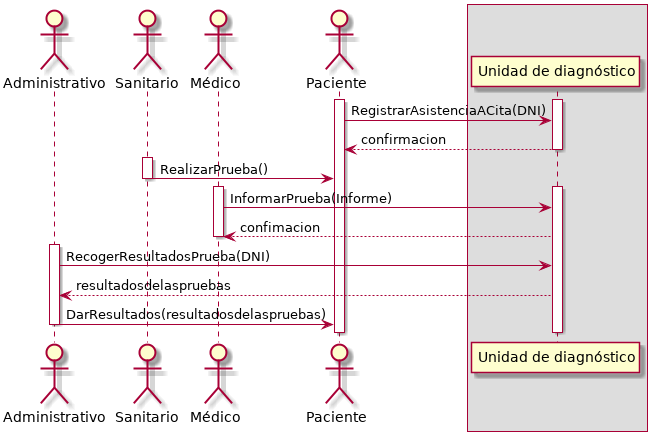
Before: P3/UnidadDeDiagnistico.png, a diagram exported from PlantUML (Ludvins/DGIIM_FIS).
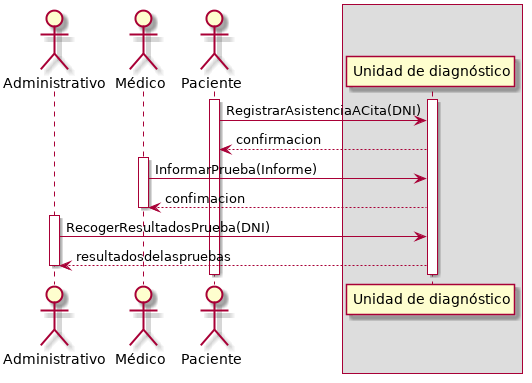
Later version of the same file.

Commit message:
Actualiza error

The edit, as a diff of the source:
```diff
@@ -3,7 +3,6 @@
 
 
 actor Administrativo
-actor Sanitario
 actor Médico
 actor Paciente
 box
@@ -13,13 +12,7 @@
 activate Paciente
 Paciente -> UD :  RegistrarAsistenciaACita(DNI)
 UD --> Paciente :  confirmacion
-deactivate UD
 
-activate Sanitario
-Sanitario -> Paciente : RealizarPrueba()
-deactivate Sanitario
-
-activate UD
 activate Médico
 Médico -> UD :  InformarPrueba(Informe)
 UD --> Médico :  confimacion
@@ -29,7 +22,6 @@
 activate Administrativo
 Administrativo -> UD :  RecogerResultadosPrueba(DNI)
 UD --> Administrativo :  resultadosdelaspruebas
-Administrativo -> Paciente :  DarResultados(resultadosdelaspruebas)
 deactivate Administrativo
 deactivate UD
 deactivate Paciente
```
